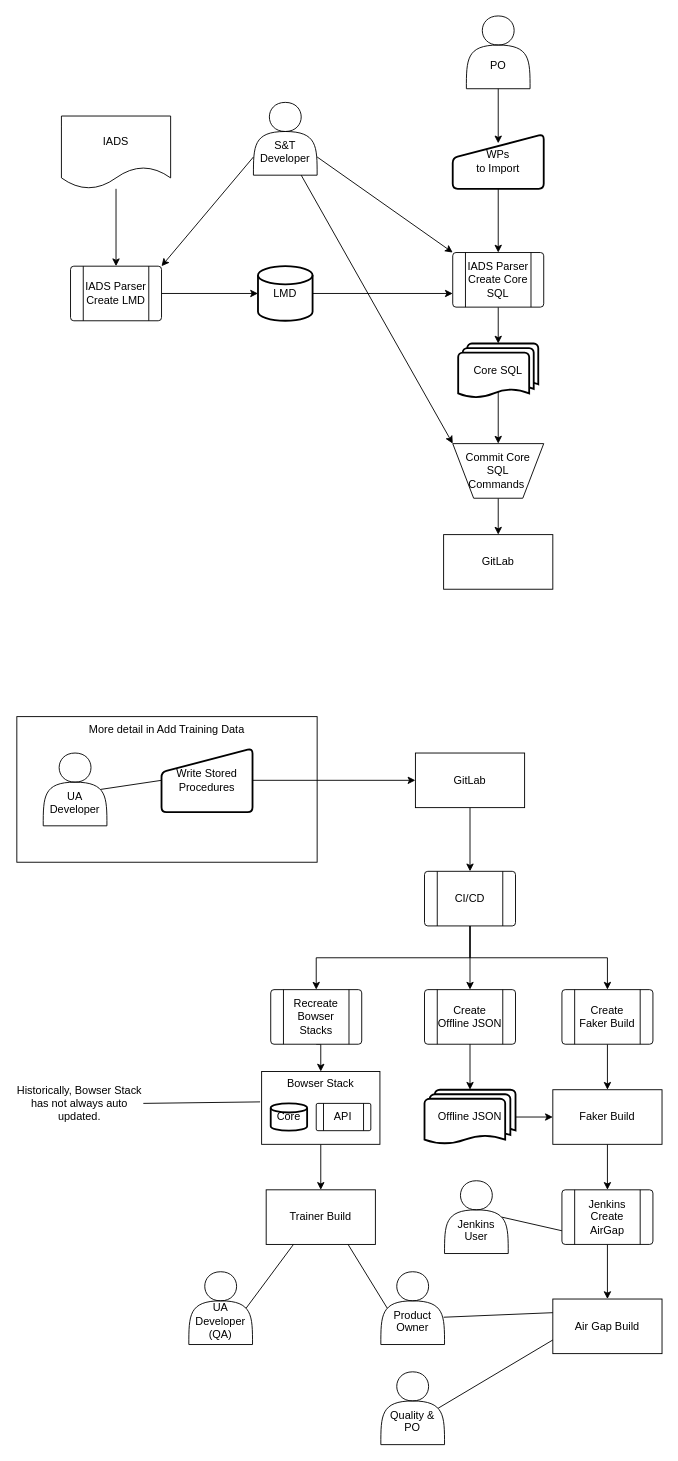
This is Before.drawio from Bspeirtorch/draw, a draw.io file, before an edit. Source tidied: cells renumbered, new cells numbered last; positions are measured from the earlier drawing's top-left corner, leaving out a move shared by most shapes. Both pictures are drawn from the tidied source at 91%, with x=0, y=0 at pixel (15, 15).
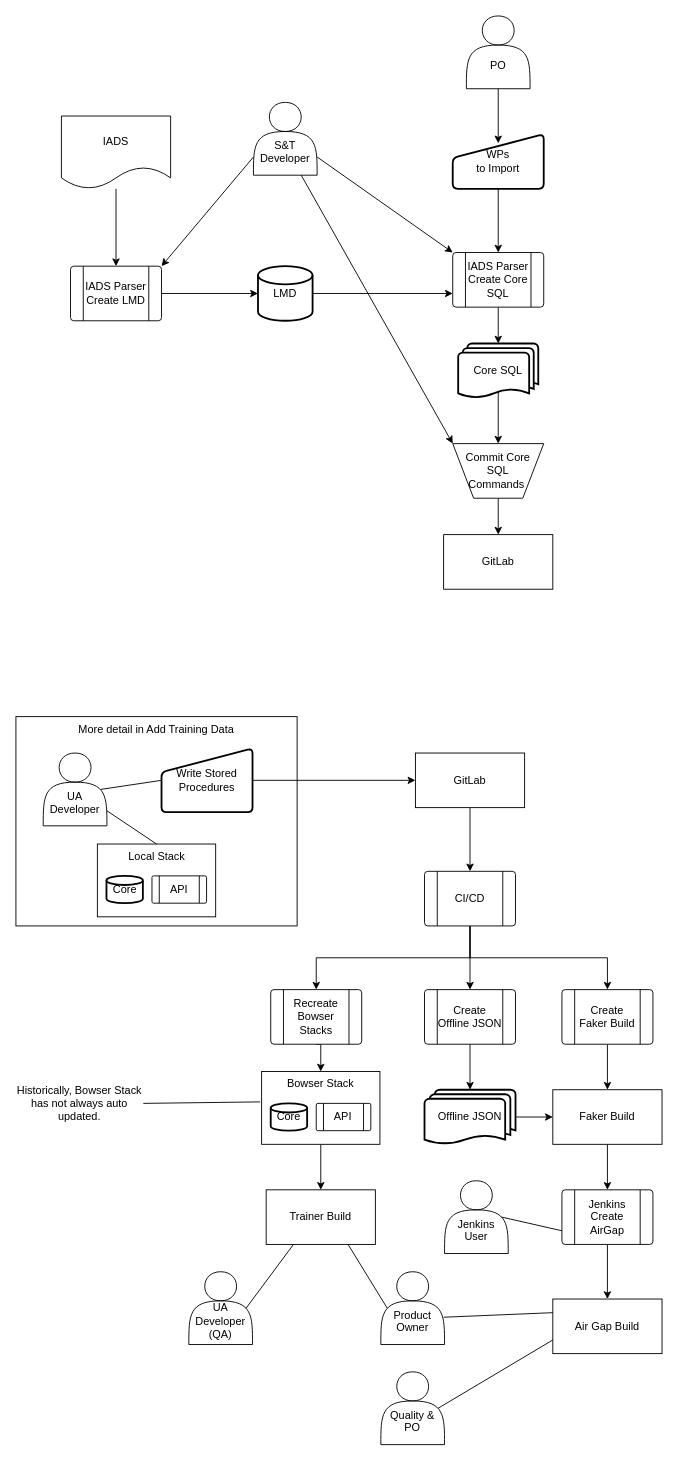
After the change.

Unchanged cells that the change refers to:
```xml
<mxCell id="12" value="&lt;br&gt;&lt;br&gt;UA Developer" style="shape=actor;whiteSpace=wrap;html=1;labelPosition=center;verticalLabelPosition=middle;align=center;verticalAlign=middle;" parent="1" vertex="1">
  <mxGeometry x="30" y="810" width="70" height="80" as="geometry" />
</mxCell>
```

The edit, as a diff of the source:
```diff
@@
     <mxCell id="2" value="More detail in Add Training Data" style="rounded=0;whiteSpace=wrap;html=1;fillColor=none;verticalAlign=top;" parent="1" vertex="1">
-      <mxGeometry x="1" y="770" width="330" height="160" as="geometry" />
+      <mxGeometry y="770" width="309" height="230" as="geometry" />
     </mxCell>
@@
+    <mxCell id="63" value="Local Stack" style="rounded=0;whiteSpace=wrap;html=1;verticalAlign=top;" parent="1" vertex="1">
+      <mxGeometry x="89.5" y="910" width="130" height="80" as="geometry" />
+    </mxCell>
+    <mxCell id="64" value="Core" style="strokeWidth=2;html=1;shape=mxgraph.flowchart.database;whiteSpace=wrap;" parent="1" vertex="1">
+      <mxGeometry x="99.5" y="945" width="40" height="30" as="geometry" />
+    </mxCell>
+    <mxCell id="65" value="API" style="verticalLabelPosition=middle;verticalAlign=middle;html=1;shape=process;whiteSpace=wrap;rounded=1;size=0.14;arcSize=6;labelPosition=center;align=center;" parent="1" vertex="1">
+      <mxGeometry x="149.5" y="945" width="60" height="30" as="geometry" />
+    </mxCell>
+    <mxCell id="66" style="endArrow=none;html=1;rounded=0;exitX=0.5;exitY=0;exitDx=0;exitDy=0;" parent="1" edge="1" source="63" target="12">
+      <mxGeometry relative="1" as="geometry" />
+    </mxCell>
```
